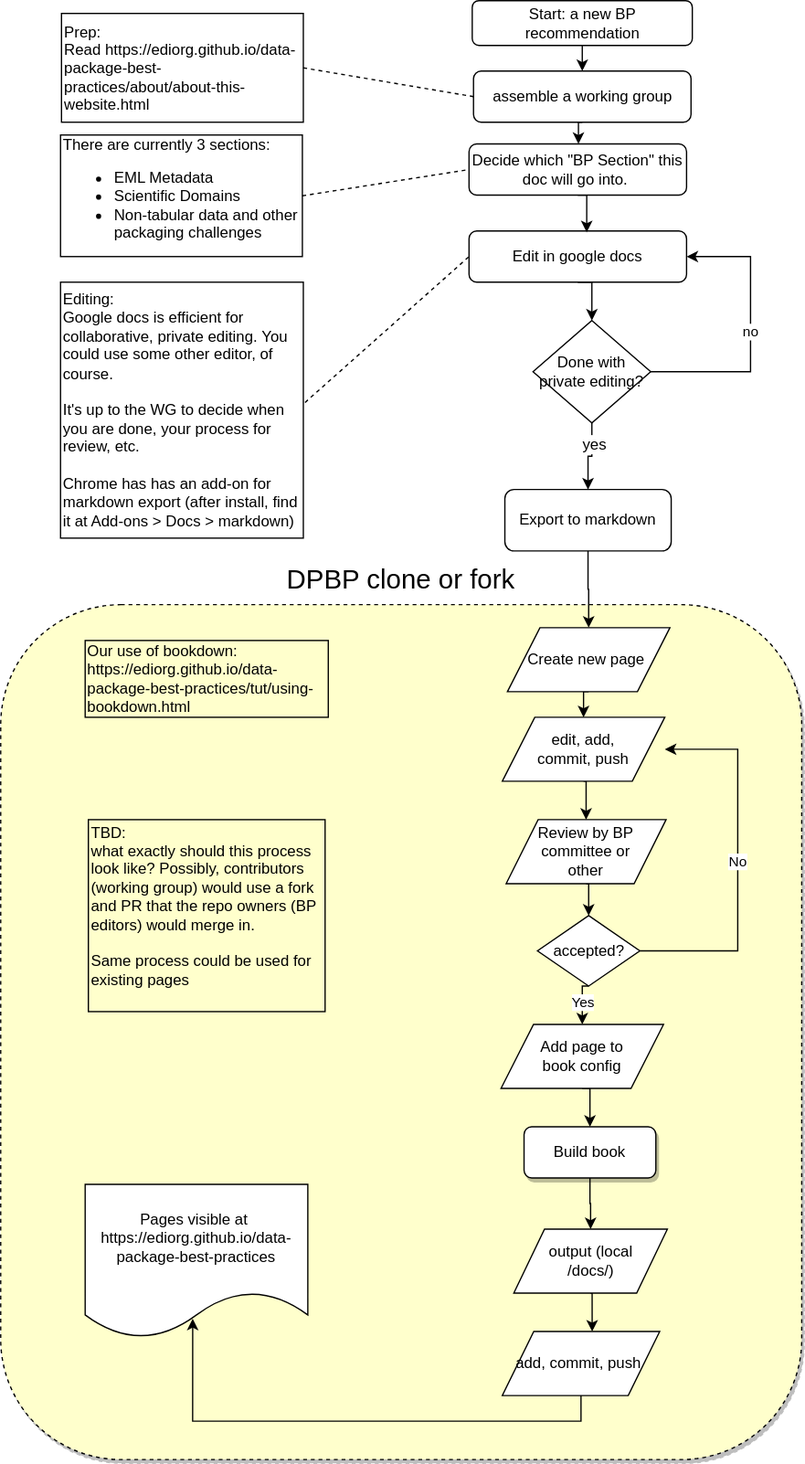
Earlier version of the draw.io export docs/images/DPBP_workflow.svg (EDIorg/data-package-best-practices). Source tidied: cells renumbered, new cells last; positions are measured from the earlier drawing's top-left corner, leaving out a move shared by most shapes.
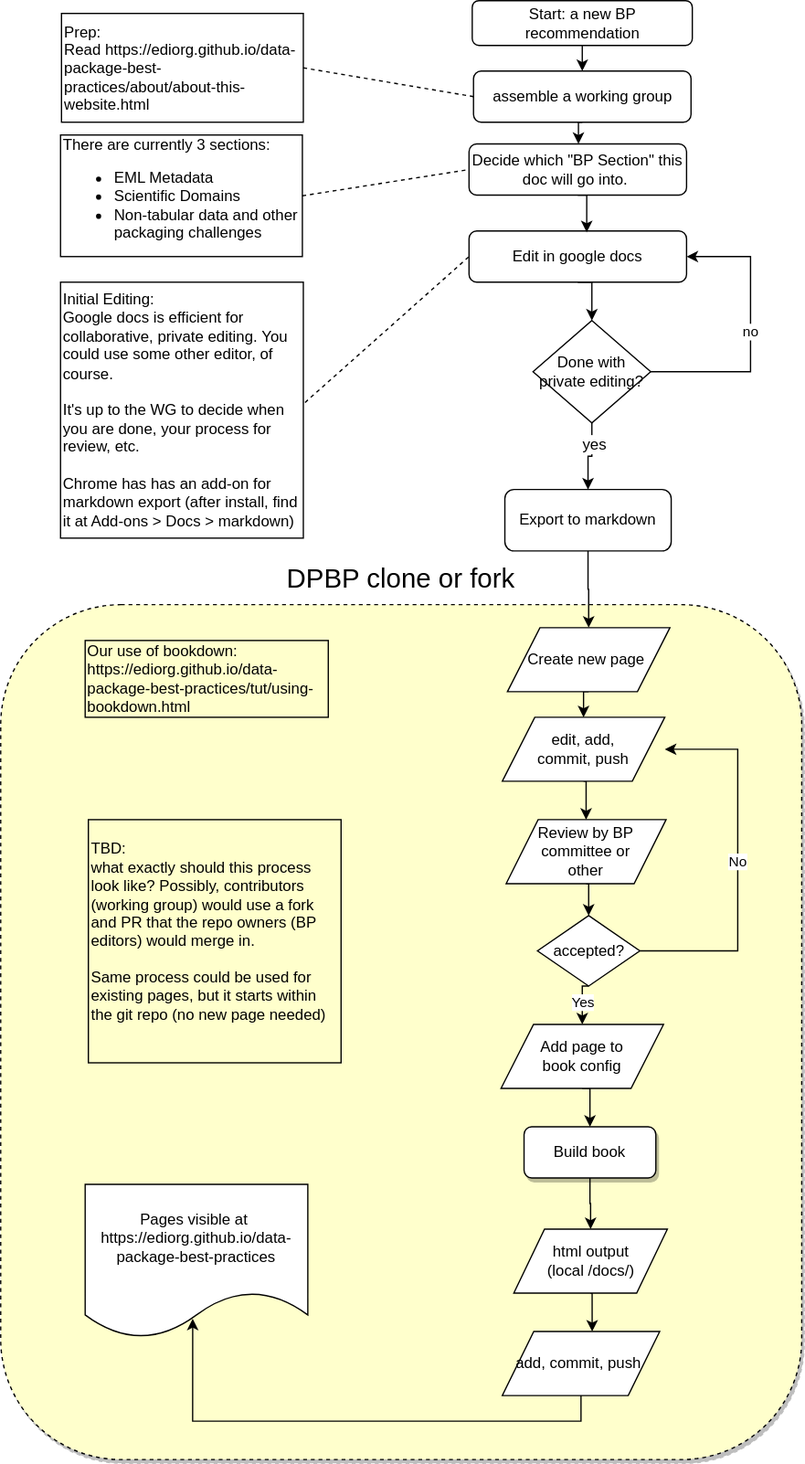
The same file after the commit.

Commit message:
changes to wording in the text boxes only

Change to the diagram source:
```diff
@@ -2,7 +2,7 @@
   <root>
     <mxCell id="0" />
     <mxCell id="1" parent="0" />
-    <mxCell id="2" value="&lt;font style=&quot;font-size: 21px&quot;&gt;DPBP clone or fork&lt;br&gt;&lt;/font&gt;" style="rounded=1;whiteSpace=wrap;html=1;shadow=1;fillColor=#FFFFCC;dashed=1;verticalAlign=bottom;labelPosition=center;verticalLabelPosition=top;align=center;spacing=7;" parent="1" vertex="1">
+    <mxCell id="2" value="&lt;font style=&quot;font-size: 21px&quot;&gt;DPBP clone or fork&lt;br&gt;&lt;/font&gt;" style="rounded=1;whiteSpace=wrap;html=1;shadow=1;fillColor=#FFFFCC;dashed=1;verticalAlign=bottom;labelPosition=center;verticalLabelPosition=top;align=center;spacing=8;" parent="1" vertex="1">
       <mxGeometry y="472" width="626" height="668" as="geometry" />
     </mxCell>
     <mxCell id="3" style="edgeStyle=orthogonalEdgeStyle;rounded=0;jettySize=auto;html=1;exitX=0.5;exitY=1;exitDx=0;exitDy=0;entryX=0.5;entryY=0;entryDx=0;entryDy=0;fontColor=#000000;" parent="1" edge="1" source="4" target="40">
@@ -32,7 +32,7 @@
     <mxCell id="11" value="Edit in google docs" style="rounded=1;whiteSpace=wrap;html=1;strokeColor=#000000;fontColor=#000000;" parent="1" vertex="1">
       <mxGeometry x="366" y="180" width="170" height="40" as="geometry" />
     </mxCell>
-    <mxCell id="12" value="Editing: &lt;br&gt;Google docs is&amp;nbsp;&lt;span&gt;efficient for collaborative, private editing.&amp;nbsp;&lt;/span&gt;You could use some other editor, of course.&lt;br&gt;&lt;br&gt;&lt;span&gt;It's up to the WG to decide when you are done, your process for review, etc.&lt;/span&gt;&lt;br&gt;&lt;span&gt;&lt;br&gt;Chrome has has an add-on for markdown export (after install, find it at Add-ons &amp;gt; Docs &amp;gt; markdown)&amp;nbsp;&lt;/span&gt;" style="text;html=1;strokeColor=#000000;fillColor=none;align=left;verticalAlign=middle;whiteSpace=wrap;rounded=0;fontColor=#000000;" parent="1" vertex="1">
+    <mxCell id="12" value="Initial Editing: &lt;br&gt;Google docs is&amp;nbsp;&lt;span&gt;efficient for collaborative, private editing.&amp;nbsp;&lt;/span&gt;You could use some other editor, of course.&lt;br&gt;&lt;br&gt;&lt;span&gt;It's up to the WG to decide when you are done, your process for review, etc.&lt;/span&gt;&lt;br&gt;&lt;span&gt;&lt;br&gt;Chrome has has an add-on for markdown export (after install, find it at Add-ons &amp;gt; Docs &amp;gt; markdown)&amp;nbsp;&lt;/span&gt;" style="text;html=1;strokeColor=#000000;fillColor=none;align=left;verticalAlign=middle;whiteSpace=wrap;rounded=0;fontColor=#000000;" parent="1" vertex="1">
       <mxGeometry x="46.8" y="220" width="189.8" height="200" as="geometry" />
     </mxCell>
     <mxCell id="13" style="edgeStyle=orthogonalEdgeStyle;rounded=0;jettySize=auto;html=1;exitX=0.5;exitY=1;exitDx=0;exitDy=0;fontColor=#000000;entryX=0.5;entryY=0;entryDx=0;entryDy=0;" parent="1" edge="1" source="16" target="18">
@@ -120,13 +120,13 @@
     <mxCell id="37" value="accepted?" style="rhombus;whiteSpace=wrap;html=1;strokeColor=#000000;fontColor=#000000;align=center;" parent="1" vertex="1">
       <mxGeometry x="419.5" y="715" width="80" height="55" as="geometry" />
     </mxCell>
-    <mxCell id="38" value="TBD: &lt;br&gt;what exactly should this process look like? Possibly, contributors (working group) would use a fork and PR that the repo owners (BP editors) would merge in.&amp;nbsp;&lt;br&gt;&lt;br&gt;Same process could be used for existing pages&amp;nbsp;&lt;br&gt;&amp;nbsp;" style="text;html=1;strokeColor=#000000;fillColor=none;align=left;verticalAlign=middle;whiteSpace=wrap;rounded=0;fontColor=#000000;" parent="1" vertex="1">
-      <mxGeometry x="68.5" y="640" width="185" height="150" as="geometry" />
+    <mxCell id="38" value="TBD: &lt;br&gt;what exactly should this process look like? Possibly, contributors (working group) would use a fork and PR that the repo owners (BP editors) would merge in.&amp;nbsp;&lt;br&gt;&lt;br&gt;Same process could be used for existing pages, but it starts within the git repo (no new page needed)&lt;br&gt;&amp;nbsp;" style="text;html=1;strokeColor=#000000;fillColor=none;align=left;verticalAlign=middle;whiteSpace=wrap;rounded=0;fontColor=#000000;" parent="1" vertex="1">
+      <mxGeometry x="68.5" y="640" width="197.5" height="190" as="geometry" />
     </mxCell>
     <mxCell id="39" style="edgeStyle=orthogonalEdgeStyle;rounded=0;jettySize=auto;html=1;exitX=0.5;exitY=1;exitDx=0;exitDy=0;entryX=0.571;entryY=0;entryDx=0;entryDy=0;entryPerimeter=0;fontColor=#000000;" parent="1" edge="1" source="40" target="42">
       <mxGeometry relative="1" as="geometry" />
     </mxCell>
-    <mxCell id="40" value="&lt;span style=&quot;white-space: normal;&quot;&gt;output (local /docs/)&lt;br&gt;&lt;/span&gt;" style="shape=parallelogram;whiteSpace=wrap;html=1;boundedLbl=1;strokeColor=#000000;fontColor=#000000;align=center;spacingLeft=1;spacing=9;" parent="1" vertex="1">
+    <mxCell id="40" value="&lt;span style=&quot;white-space: normal&quot;&gt;html output (local /docs/)&lt;br&gt;&lt;/span&gt;" style="shape=parallelogram;whiteSpace=wrap;html=1;boundedLbl=1;strokeColor=#000000;fontColor=#000000;align=center;spacingLeft=1;spacing=16;" parent="1" vertex="1">
       <mxGeometry x="401" y="960" width="120" height="50" as="geometry" />
     </mxCell>
     <mxCell id="41" style="edgeStyle=orthogonalEdgeStyle;rounded=0;jettySize=auto;html=1;exitX=0.5;exitY=1;exitDx=0;exitDy=0;fontColor=#000000;entryX=0.483;entryY=0.875;entryDx=0;entryDy=0;entryPerimeter=0;" parent="1" edge="1" source="42" target="43">
```
